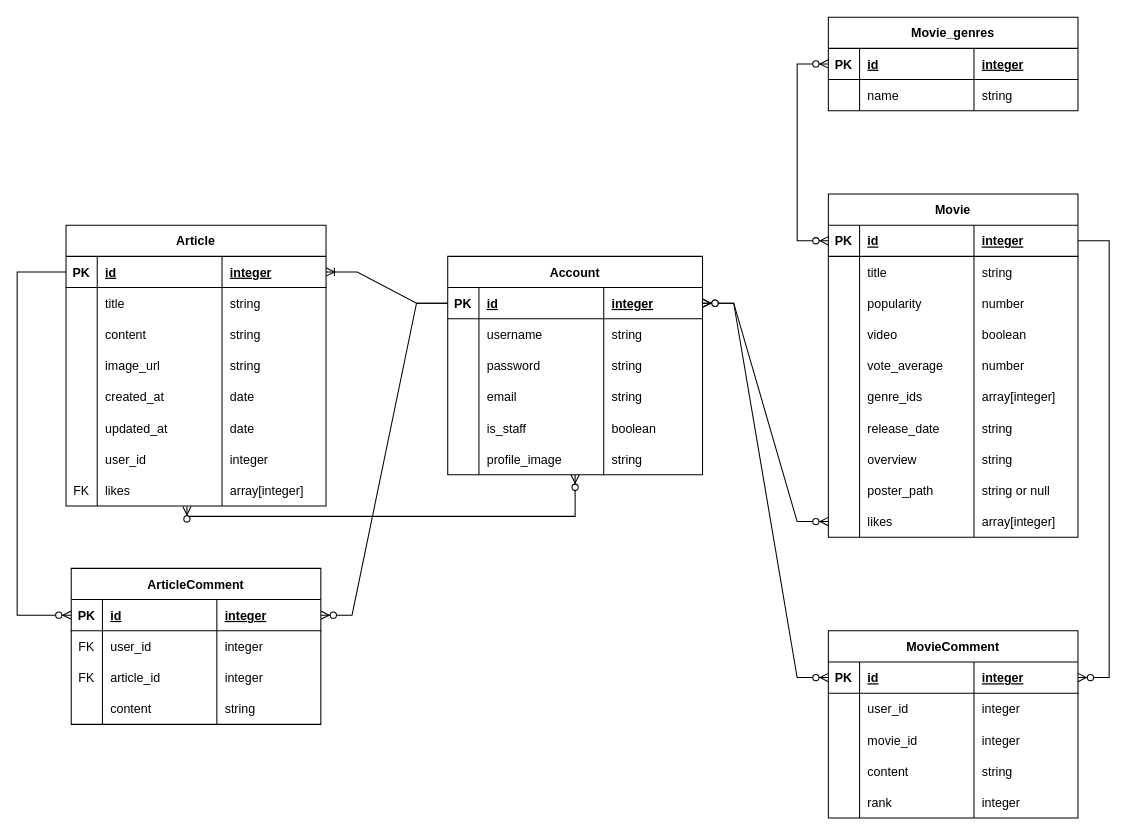
The draw.io diagram ERD.drawio in GimChi-JJiGae/Project_YC, before the edit. Source tidied: cells renumbered, new cells numbered last; positions are measured from the earlier drawing's top-left corner, leaving out a move shared by most shapes. Both pictures are drawn from the tidied source at 104%, with x=0, y=0 at pixel (17, 17).
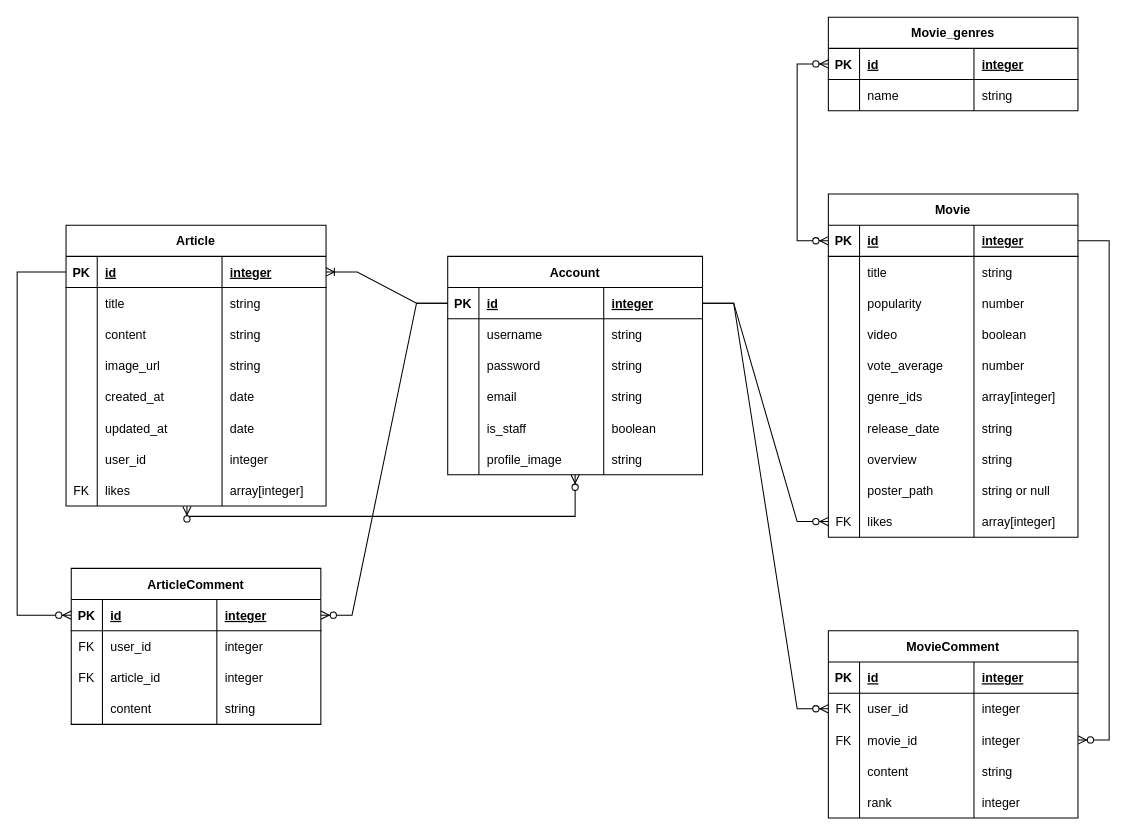
After the change.

The change refers to these unchanged cells:
```xml
<mxCell id="3" style="shape=tableRow;horizontal=0;startSize=0;swimlaneHead=0;swimlaneBody=0;fillColor=none;points=[[0,0.5],[1,0.5]];portConstraint=eastwest;top=0;left=0;right=0;bottom=1;strokeWidth=1;" parent="2" vertex="1">
  <mxGeometry y="30" width="240" height="30" as="geometry" />
</mxCell>
<mxCell id="39" style="shape=tableRow;horizontal=0;startSize=0;swimlaneHead=0;swimlaneBody=0;fillColor=none;points=[[0,0.5],[1,0.5]];portConstraint=eastwest;top=0;left=0;right=0;bottom=0;strokeWidth=1;" parent="2" vertex="1">
  <mxGeometry y="300" width="240" height="30" as="geometry" />
</mxCell>
<mxCell id="44" style="shape=tableRow;horizontal=0;startSize=0;swimlaneHead=0;swimlaneBody=0;fillColor=none;points=[[0,0.5],[1,0.5]];portConstraint=eastwest;top=0;left=0;right=0;bottom=1;" parent="43" vertex="1">
  <mxGeometry y="30" width="245" height="30" as="geometry" />
</mxCell>
<mxCell id="70" style="shape=tableRow;horizontal=0;startSize=0;swimlaneHead=0;swimlaneBody=0;fillColor=none;points=[[0,0.5],[1,0.5]];portConstraint=eastwest;top=0;left=0;right=0;bottom=1;" parent="69" vertex="1">
  <mxGeometry y="30" width="240" height="30" as="geometry" />
</mxCell>
<mxCell id="74" style="shape=tableRow;horizontal=0;startSize=0;swimlaneHead=0;swimlaneBody=0;fillColor=none;points=[[0,0.5],[1,0.5]];portConstraint=eastwest;top=0;left=0;right=0;bottom=0;" parent="69" vertex="1">
  <mxGeometry y="60" width="240" height="30" as="geometry" />
</mxCell>
<mxCell id="78" style="shape=tableRow;horizontal=0;startSize=0;swimlaneHead=0;swimlaneBody=0;fillColor=none;points=[[0,0.5],[1,0.5]];portConstraint=eastwest;top=0;left=0;right=0;bottom=0;" parent="69" vertex="1">
  <mxGeometry y="90" width="240" height="30" as="geometry" />
</mxCell>
```

Diff of the diagram source:
```diff
@@
-    <mxCell id="40" style="shape=partialRectangle;fillColor=none;top=0;left=0;bottom=0;right=0;overflow=hidden;strokeWidth=1;" parent="39" vertex="1">
+    <mxCell id="40" value="FK" style="shape=partialRectangle;fillColor=none;top=0;left=0;bottom=0;right=0;overflow=hidden;strokeWidth=1;" parent="39" vertex="1">
       <mxGeometry width="30" height="30" as="geometry" />
     </mxCell>
@@
-    <mxCell id="68" style="edgeStyle=entityRelationEdgeStyle;fontSize=12;html=1;endArrow=ERzeroToMany;endFill=1;startArrow=ERzeroToMany;rounded=0;exitX=1;exitY=0.5;exitDx=0;exitDy=0;entryX=0;entryY=0.5;entryDx=0;entryDy=0;" parent="1" edge="1" source="44" target="39">
-      <mxGeometry relative="1" as="geometry" />
-    </mxCell>
@@
-    <mxCell id="75" style="shape=partialRectangle;fillColor=none;top=0;left=0;bottom=0;right=0;overflow=hidden;" parent="74" vertex="1">
+    <mxCell id="75" value="FK" style="shape=partialRectangle;fillColor=none;top=0;left=0;bottom=0;right=0;overflow=hidden;" parent="74" vertex="1">
       <mxGeometry width="30" height="30" as="geometry" />
     </mxCell>
@@
-    <mxCell id="79" style="shape=partialRectangle;fillColor=none;top=0;left=0;bottom=0;right=0;overflow=hidden;" parent="78" vertex="1">
+    <mxCell id="79" value="FK" style="shape=partialRectangle;fillColor=none;top=0;left=0;bottom=0;right=0;overflow=hidden;" parent="78" vertex="1">
       <mxGeometry width="30" height="30" as="geometry" />
     </mxCell>
@@
-    <mxCell id="90" style="edgeStyle=entityRelationEdgeStyle;fontSize=12;html=1;endArrow=ERzeroToMany;endFill=1;startArrow=ERzeroToMany;rounded=0;entryX=0;entryY=0.5;entryDx=0;entryDy=0;exitX=1;exitY=0.5;exitDx=0;exitDy=0;" parent="1" edge="1" source="44" target="70">
-      <mxGeometry relative="1" as="geometry" />
-    </mxCell>
-    <mxCell id="91" style="edgeStyle=entityRelationEdgeStyle;fontSize=12;html=1;endArrow=ERzeroToMany;endFill=1;rounded=0;exitX=1;exitY=0.5;exitDx=0;exitDy=0;entryX=1;entryY=0.5;entryDx=0;entryDy=0;" parent="1" edge="1" source="3" target="70">
+    <mxCell id="91" style="edgeStyle=entityRelationEdgeStyle;fontSize=12;html=1;endArrow=ERzeroToMany;endFill=1;rounded=0;exitX=1;exitY=0.5;exitDx=0;exitDy=0;entryX=1;entryY=0.5;entryDx=0;entryDy=0;" parent="1" edge="1" source="3" target="78">
       <mxGeometry relative="1" as="geometry" />
     </mxCell>
@@
+    <mxCell id="156" style="edgeStyle=entityRelationEdgeStyle;fontSize=12;html=1;endArrow=ERzeroToMany;endFill=1;rounded=0;entryX=0;entryY=0.5;entryDx=0;entryDy=0;" parent="1" edge="1" source="44" target="74">
+      <mxGeometry relative="1" as="geometry" />
+    </mxCell>
+    <mxCell id="68" style="edgeStyle=entityRelationEdgeStyle;fontSize=12;html=1;endArrow=ERzeroToMany;endFill=1;rounded=0;entryX=0;entryY=0.5;entryDx=0;entryDy=0;exitX=1;exitY=0.5;exitDx=0;exitDy=0;" parent="1" edge="1" source="44" target="39">
+      <mxGeometry relative="1" as="geometry" />
+    </mxCell>
```
